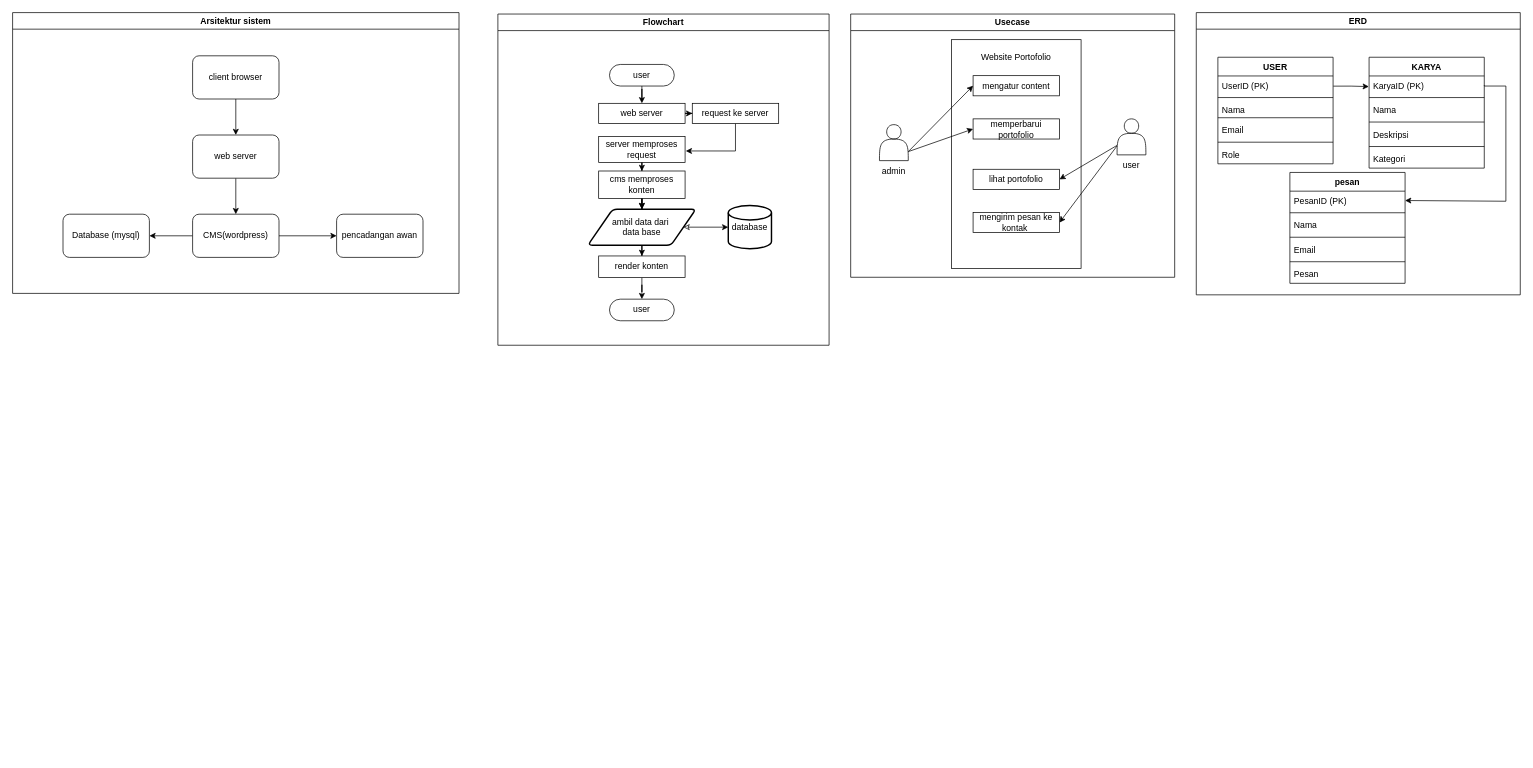
Before: Da2.drawio in faisalekasyahputra/faisalekasyahputra, a draw.io diagram. Source tidied: cells renumbered, new cells numbered last; positions are measured from the earlier drawing's top-left corner, leaving out a move shared by most shapes. Both pictures are drawn from the tidied source at 72%, with x=0, y=0 at pixel (12, 12).
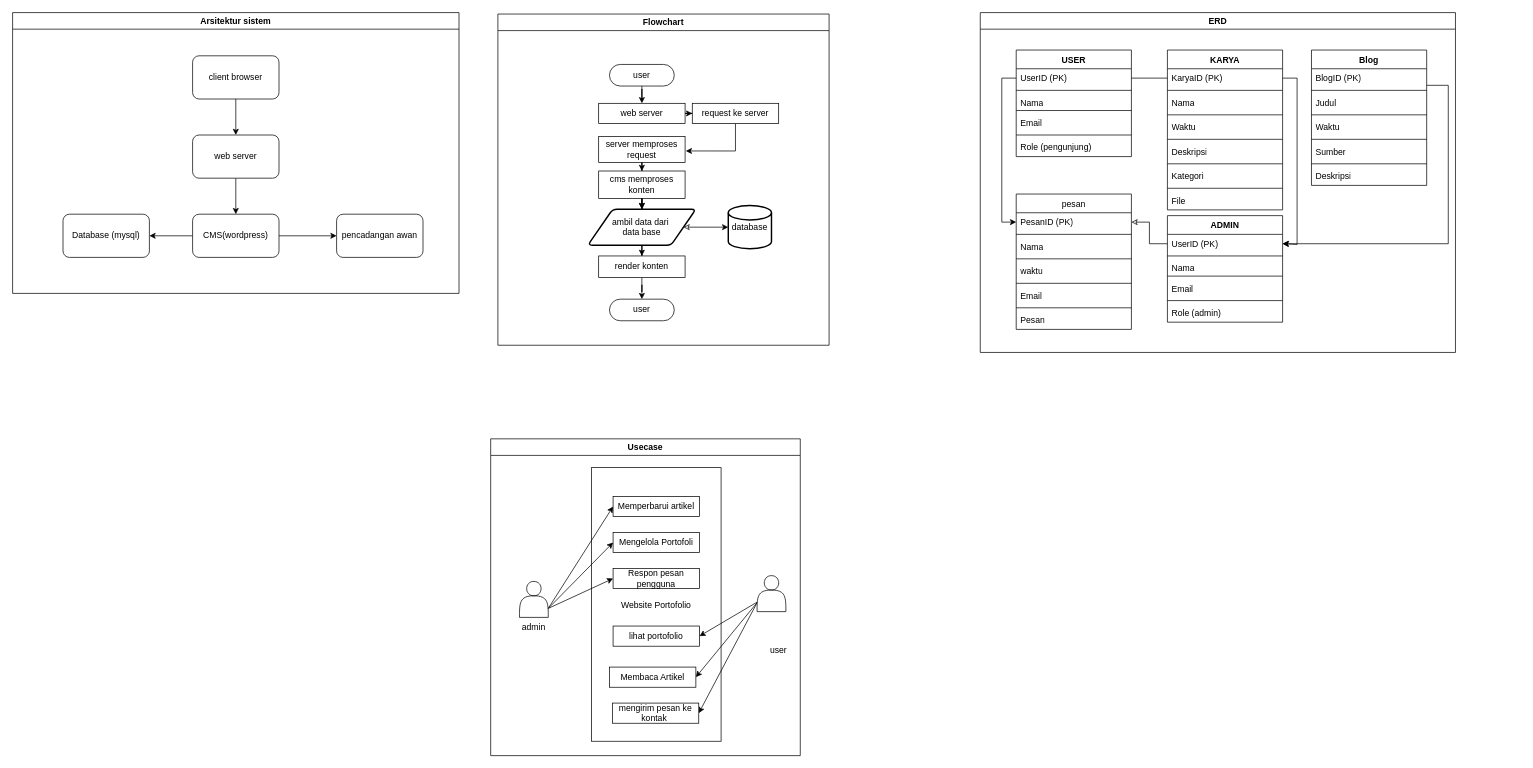
Above is the later version.

Unchanged cells that the change refers to:
```xml
<mxCell id="49" value="KaryaID (PK)" style="text;strokeColor=none;fillColor=none;align=left;verticalAlign=top;spacingLeft=4;spacingRight=4;overflow=hidden;points=[[0,0.5],[1,0.5]];portConstraint=eastwest;whiteSpace=wrap;html=1;" parent="48" vertex="1">
  <mxGeometry y="26" width="160" height="26" as="geometry" />
</mxCell>
<mxCell id="65" value="UserID (PK)" style="text;strokeColor=none;fillColor=none;align=left;verticalAlign=top;spacingLeft=4;spacingRight=4;overflow=hidden;points=[[0,0.5],[1,0.5]];portConstraint=eastwest;whiteSpace=wrap;html=1;" parent="64" vertex="1">
  <mxGeometry y="26" width="160" height="26" as="geometry" />
</mxCell>
```

Diff of the diagram source:
```diff
@@
     <mxCell id="31" value="Usecase" style="swimlane;whiteSpace=wrap;html=1;startSize=23;" parent="1" vertex="1">
-      <mxGeometry x="1164" y="2" width="450" height="365.6" as="geometry" />
+      <mxGeometry x="664" y="592" width="430" height="440" as="geometry" />
     </mxCell>
     <mxCell id="32" style="rounded=0;whiteSpace=wrap;html=1;fillColor=none;" parent="31" vertex="1">
-      <mxGeometry x="140" y="35.6" width="180" height="318" as="geometry" />
+      <mxGeometry x="140" y="40" width="180" height="380" as="geometry" />
     </mxCell>
-    <mxCell id="33" value="mengatur content" style="whiteSpace=wrap;html=1;rounded=1;arcSize=0;" parent="31" vertex="1">
-      <mxGeometry x="170" y="85.6" width="120" height="28" as="geometry" />
+    <mxCell id="33" value="Mengelola Portofoli" style="whiteSpace=wrap;html=1;rounded=1;arcSize=0;" parent="31" vertex="1">
+      <mxGeometry x="170" y="130" width="120" height="28" as="geometry" />
     </mxCell>
@@
     <mxCell id="36" style="shape=actor;whiteSpace=wrap;html=1;" parent="31" vertex="1">
-      <mxGeometry x="40" y="153.6" width="40" height="50" as="geometry" />
+      <mxGeometry x="40" y="198" width="40" height="50" as="geometry" />
     </mxCell>
@@
     <mxCell id="39" style="shape=actor;whiteSpace=wrap;html=1;" parent="31" vertex="1">
-      <mxGeometry x="370" y="145.6" width="40" height="50" as="geometry" />
+      <mxGeometry x="370" y="190" width="40" height="50" as="geometry" />
     </mxCell>
     <mxCell id="40" value="Website Portofolio" style="text;strokeColor=none;fillColor=none;spacingLeft=4;spacingRight=4;overflow=hidden;fontSize=12;whiteSpace=wrap;html=1;align=center;" parent="31" vertex="1">
-      <mxGeometry x="165" y="45.6" width="130" height="30" as="geometry" />
+      <mxGeometry x="165" y="218" width="130" height="30" as="geometry" />
     </mxCell>
-    <mxCell id="41" value="memperbarui portofolio" style="whiteSpace=wrap;html=1;rounded=1;arcSize=0;" parent="31" vertex="1">
-      <mxGeometry x="170" y="145.6" width="120" height="28" as="geometry" />
+    <mxCell id="41" value="Respon pesan pengguna" style="whiteSpace=wrap;html=1;rounded=1;arcSize=0;" parent="31" vertex="1">
+      <mxGeometry x="170" y="180" width="120" height="28" as="geometry" />
     </mxCell>
     <mxCell id="42" value="lihat portofolio" style="whiteSpace=wrap;html=1;rounded=1;arcSize=0;" parent="31" vertex="1">
-      <mxGeometry x="170" y="215.6" width="120" height="28" as="geometry" />
+      <mxGeometry x="170" y="260" width="120" height="28" as="geometry" />
     </mxCell>
     <mxCell id="43" value="mengirim pesan ke kontak&amp;nbsp;" style="whiteSpace=wrap;html=1;rounded=1;arcSize=0;" parent="31" vertex="1">
-      <mxGeometry x="170" y="275.6" width="120" height="28" as="geometry" />
+      <mxGeometry x="169" y="367" width="120" height="28" as="geometry" />
     </mxCell>
     <mxCell id="44" value="admin" style="text;strokeColor=none;fillColor=none;spacingLeft=4;spacingRight=4;overflow=hidden;fontSize=12;whiteSpace=wrap;html=1;align=center;" parent="31" vertex="1">
-      <mxGeometry x="20" y="203.6" width="80" height="30" as="geometry" />
+      <mxGeometry x="20" y="248" width="80" height="30" as="geometry" />
     </mxCell>
     <mxCell id="45" value="user" style="text;strokeColor=none;fillColor=none;spacingLeft=4;spacingRight=4;overflow=hidden;fontSize=12;whiteSpace=wrap;html=1;align=center;" parent="31" vertex="1">
-      <mxGeometry x="350" y="195.6" width="80" height="30" as="geometry" />
+      <mxGeometry x="360" y="280" width="80" height="30" as="geometry" />
     </mxCell>
+    <mxCell id="73" value="Membaca Artikel" style="whiteSpace=wrap;html=1;rounded=1;arcSize=0;" parent="31" vertex="1">
+      <mxGeometry x="165" y="317" width="120" height="28" as="geometry" />
+    </mxCell>
+    <mxCell id="74" value="Memperbarui artikel" style="whiteSpace=wrap;html=1;rounded=1;arcSize=0;" parent="31" vertex="1">
+      <mxGeometry x="170" y="80" width="120" height="28" as="geometry" />
+    </mxCell>
+    <mxCell id="75" style="rounded=0;jettySize=auto;html=1;entryX=0;entryY=0.5;entryDx=0;entryDy=0;exitX=1;exitY=0.75;exitDx=0;exitDy=0;" parent="31" edge="1" source="36" target="74">
+      <mxGeometry relative="1" as="geometry" />
+    </mxCell>
+    <mxCell id="76" style="rounded=0;jettySize=auto;html=1;entryX=1;entryY=0.5;entryDx=0;entryDy=0;exitX=0;exitY=0.75;exitDx=0;exitDy=0;" parent="31" edge="1" source="39" target="73">
+      <mxGeometry relative="1" as="geometry" />
+    </mxCell>
     <mxCell id="46" value="ERD" style="swimlane;whiteSpace=wrap;html=1;startSize=23;" parent="1" vertex="1">
-      <mxGeometry x="1644" width="450" height="392" as="geometry" />
+      <mxGeometry x="1344" width="660" height="472" as="geometry" />
     </mxCell>
-    <mxCell id="47" style="edgeStyle=orthogonalEdgeStyle;rounded=0;jettySize=auto;html=1;exitX=1;exitY=0.5;exitDx=0;exitDy=0;entryX=1;entryY=0.5;entryDx=0;entryDy=0;" parent="46" edge="1" source="49" target="57">
-      <mxGeometry relative="1" as="geometry">
-        <Array as="points">
-          <mxPoint x="430" y="102" />
-          <mxPoint x="430" y="262" />
-          <mxPoint x="290" y="262" />
-        </Array>
-      </mxGeometry>
-    </mxCell>
     <mxCell id="48" value="KARYA" style="swimlane;fontStyle=1;align=center;verticalAlign=top;horizontal=1;startSize=26;whiteSpace=wrap;html=1;" parent="46" vertex="1">
-      <mxGeometry x="240" y="62" width="160" height="154" as="geometry" />
+      <mxGeometry x="259.9" y="52" width="160" height="222" as="geometry" />
     </mxCell>
@@
+    <mxCell id="77" value="Waktu" style="text;strokeColor=none;fillColor=none;align=left;verticalAlign=top;spacingLeft=4;spacingRight=4;overflow=hidden;whiteSpace=wrap;html=1;" parent="48" vertex="1">
+      <mxGeometry y="94" width="160" height="26" as="geometry" />
+    </mxCell>
+    <mxCell id="78" style="line;strokeWidth=1;fillColor=none;align=left;verticalAlign=middle;spacingTop=-1;spacingLeft=3;spacingRight=3;labelPosition=right;strokeColor=inherit;" parent="48" vertex="1">
+      <mxGeometry y="120" width="160" height="8" as="geometry" />
+    </mxCell>
     <mxCell id="53" value="Deskripsi" style="text;strokeColor=none;fillColor=none;align=left;verticalAlign=top;spacingLeft=4;spacingRight=4;overflow=hidden;whiteSpace=wrap;html=1;" parent="48" vertex="1">
-      <mxGeometry y="94" width="160" height="26" as="geometry" />
+      <mxGeometry y="128" width="160" height="26" as="geometry" />
     </mxCell>
     <mxCell id="54" style="line;strokeWidth=1;fillColor=none;align=left;verticalAlign=middle;spacingTop=-1;spacingLeft=3;spacingRight=3;labelPosition=right;strokeColor=inherit;" parent="48" vertex="1">
-      <mxGeometry y="120" width="160" height="8" as="geometry" />
+      <mxGeometry y="154" width="160" height="8" as="geometry" />
     </mxCell>
     <mxCell id="55" value="Kategori" style="text;strokeColor=none;fillColor=none;align=left;verticalAlign=top;spacingLeft=4;spacingRight=4;overflow=hidden;whiteSpace=wrap;html=1;" parent="48" vertex="1">
-      <mxGeometry y="128" width="160" height="26" as="geometry" />
+      <mxGeometry y="162" width="160" height="26" as="geometry" />
     </mxCell>
+    <mxCell id="79" style="line;strokeWidth=1;fillColor=none;align=left;verticalAlign=middle;spacingTop=-1;spacingLeft=3;spacingRight=3;labelPosition=right;strokeColor=inherit;" parent="48" vertex="1">
+      <mxGeometry y="188" width="160" height="8" as="geometry" />
+    </mxCell>
+    <mxCell id="80" value="File" style="text;strokeColor=none;fillColor=none;align=left;verticalAlign=top;spacingLeft=4;spacingRight=4;overflow=hidden;whiteSpace=wrap;html=1;" parent="48" vertex="1">
+      <mxGeometry y="196" width="160" height="26" as="geometry" />
+    </mxCell>
-    <mxCell id="56" value="pesan" style="swimlane;fontStyle=1;align=center;verticalAlign=top;horizontal=1;startSize=26;whiteSpace=wrap;html=1;" parent="46" vertex="1">
-      <mxGeometry x="130" y="222" width="160" height="154" as="geometry" />
+    <mxCell id="56" value="Blog" style="swimlane;fontStyle=1;align=center;verticalAlign=top;horizontal=1;startSize=26;whiteSpace=wrap;html=1;" parent="46" vertex="1">
+      <mxGeometry x="460" y="52" width="160" height="188" as="geometry" />
     </mxCell>
-    <mxCell id="57" value="PesanID (PK)" style="text;strokeColor=none;fillColor=none;align=left;verticalAlign=top;spacingLeft=4;spacingRight=4;overflow=hidden;points=[[0,0.5],[1,0.5]];portConstraint=eastwest;whiteSpace=wrap;html=1;" parent="56" vertex="1">
+    <mxCell id="57" value="BlogID (PK)" style="text;strokeColor=none;fillColor=none;align=left;verticalAlign=top;spacingLeft=4;spacingRight=4;overflow=hidden;points=[[0,0.5],[1,0.5]];portConstraint=eastwest;whiteSpace=wrap;html=1;" parent="56" vertex="1">
       <mxGeometry y="26" width="160" height="26" as="geometry" />
     </mxCell>
@@
-    <mxCell id="59" value="Nama" style="text;strokeColor=none;fillColor=none;align=left;verticalAlign=top;spacingLeft=4;spacingRight=4;overflow=hidden;whiteSpace=wrap;html=1;" parent="56" vertex="1">
+    <mxCell id="59" value="Judul" style="text;strokeColor=none;fillColor=none;align=left;verticalAlign=top;spacingLeft=4;spacingRight=4;overflow=hidden;whiteSpace=wrap;html=1;" parent="56" vertex="1">
       <mxGeometry y="60" width="160" height="26" as="geometry" />
     </mxCell>
@@
+    <mxCell id="81" value="Waktu" style="text;strokeColor=none;fillColor=none;align=left;verticalAlign=top;spacingLeft=4;spacingRight=4;overflow=hidden;whiteSpace=wrap;html=1;" parent="56" vertex="1">
+      <mxGeometry y="94" width="160" height="26" as="geometry" />
+    </mxCell>
+    <mxCell id="82" style="line;strokeWidth=1;fillColor=none;align=left;verticalAlign=middle;spacingTop=-1;spacingLeft=3;spacingRight=3;labelPosition=right;strokeColor=inherit;" parent="56" vertex="1">
+      <mxGeometry y="120" width="160" height="8" as="geometry" />
+    </mxCell>
-    <mxCell id="61" value="Email" style="text;strokeColor=none;fillColor=none;align=left;verticalAlign=top;spacingLeft=4;spacingRight=4;overflow=hidden;whiteSpace=wrap;html=1;" parent="56" vertex="1">
-      <mxGeometry y="94" width="160" height="26" as="geometry" />
+    <mxCell id="61" value="Sumber" style="text;strokeColor=none;fillColor=none;align=left;verticalAlign=top;spacingLeft=4;spacingRight=4;overflow=hidden;whiteSpace=wrap;html=1;" parent="56" vertex="1">
+      <mxGeometry y="128" width="160" height="26" as="geometry" />
     </mxCell>
     <mxCell id="62" style="line;strokeWidth=1;fillColor=none;align=left;verticalAlign=middle;spacingTop=-1;spacingLeft=3;spacingRight=3;labelPosition=right;strokeColor=inherit;" parent="56" vertex="1">
-      <mxGeometry y="120" width="160" height="8" as="geometry" />
+      <mxGeometry y="154" width="160" height="8" as="geometry" />
     </mxCell>
-    <mxCell id="63" value="Pesan" style="text;strokeColor=none;fillColor=none;align=left;verticalAlign=top;spacingLeft=4;spacingRight=4;overflow=hidden;whiteSpace=wrap;html=1;" parent="56" vertex="1">
-      <mxGeometry y="128" width="160" height="26" as="geometry" />
-    </mxCell>
+    <mxCell id="83" value="Deskripsi" style="text;strokeColor=none;fillColor=none;align=left;verticalAlign=top;spacingLeft=4;spacingRight=4;overflow=hidden;whiteSpace=wrap;html=1;" parent="56" vertex="1">
+      <mxGeometry y="162" width="160" height="26" as="geometry" />
+    </mxCell>
     <mxCell id="64" value="USER" style="swimlane;fontStyle=1;align=center;verticalAlign=top;horizontal=1;startSize=26;whiteSpace=wrap;html=1;" parent="46" vertex="1">
-      <mxGeometry x="30" y="62" width="160" height="148" as="geometry" />
+      <mxGeometry x="49.9" y="52" width="160" height="148" as="geometry" />
     </mxCell>
@@
-    <mxCell id="71" value="Role" style="text;strokeColor=none;fillColor=none;align=left;verticalAlign=top;spacingLeft=4;spacingRight=4;overflow=hidden;whiteSpace=wrap;html=1;" parent="64" vertex="1">
+    <mxCell id="71" value="Role (pengunjung)" style="text;strokeColor=none;fillColor=none;align=left;verticalAlign=top;spacingLeft=4;spacingRight=4;overflow=hidden;whiteSpace=wrap;html=1;" parent="64" vertex="1">
       <mxGeometry y="122" width="160" height="26" as="geometry" />
     </mxCell>
+    <mxCell id="84" value="pesan" style="swimlane;fontStyle=0;align=center;verticalAlign=top;horizontal=1;startSize=26;whiteSpace=wrap;html=1;" parent="46" vertex="1">
+      <mxGeometry x="49.9" y="252" width="160" height="188" as="geometry" />
+    </mxCell>
+    <mxCell id="85" value="PesanID (PK)" style="text;strokeColor=none;fillColor=none;align=left;verticalAlign=top;spacingLeft=4;spacingRight=4;overflow=hidden;points=[[0,0.5],[1,0.5]];portConstraint=eastwest;whiteSpace=wrap;html=1;" parent="84" vertex="1">
+      <mxGeometry y="26" width="160" height="26" as="geometry" />
+    </mxCell>
+    <mxCell id="86" style="line;strokeWidth=1;fillColor=none;align=left;verticalAlign=middle;spacingTop=-1;spacingLeft=3;spacingRight=3;labelPosition=right;strokeColor=inherit;" parent="84" vertex="1">
+      <mxGeometry y="52" width="160" height="8" as="geometry" />
+    </mxCell>
+    <mxCell id="87" value="Nama" style="text;strokeColor=none;fillColor=none;align=left;verticalAlign=top;spacingLeft=4;spacingRight=4;overflow=hidden;whiteSpace=wrap;html=1;" parent="84" vertex="1">
+      <mxGeometry y="60" width="160" height="26" as="geometry" />
+    </mxCell>
+    <mxCell id="88" style="line;strokeWidth=1;fillColor=none;align=left;verticalAlign=middle;spacingTop=-1;spacingLeft=3;spacingRight=3;labelPosition=right;strokeColor=inherit;" parent="84" vertex="1">
+      <mxGeometry y="86" width="160" height="8" as="geometry" />
+    </mxCell>
+    <mxCell id="89" value="waktu" style="text;strokeColor=none;fillColor=none;align=left;verticalAlign=top;spacingLeft=4;spacingRight=4;overflow=hidden;whiteSpace=wrap;html=1;" parent="84" vertex="1">
+      <mxGeometry y="94" width="160" height="26" as="geometry" />
+    </mxCell>
+    <mxCell id="90" style="line;strokeWidth=1;fillColor=none;align=left;verticalAlign=middle;spacingTop=-1;spacingLeft=3;spacingRight=3;labelPosition=right;strokeColor=inherit;" parent="84" vertex="1">
+      <mxGeometry y="120" width="160" height="8" as="geometry" />
+    </mxCell>
+    <mxCell id="91" value="Email" style="text;strokeColor=none;fillColor=none;align=left;verticalAlign=top;spacingLeft=4;spacingRight=4;overflow=hidden;whiteSpace=wrap;html=1;" parent="84" vertex="1">
+      <mxGeometry y="128" width="160" height="26" as="geometry" />
+    </mxCell>
+    <mxCell id="92" style="line;strokeWidth=1;fillColor=none;align=left;verticalAlign=middle;spacingTop=-1;spacingLeft=3;spacingRight=3;labelPosition=right;strokeColor=inherit;" parent="84" vertex="1">
+      <mxGeometry y="154" width="160" height="8" as="geometry" />
+    </mxCell>
+    <mxCell id="63" value="Pesan" style="text;strokeColor=none;fillColor=none;align=left;verticalAlign=top;spacingLeft=4;spacingRight=4;overflow=hidden;whiteSpace=wrap;html=1;" parent="84" vertex="1">
+      <mxGeometry y="162" width="160" height="26" as="geometry" />
+    </mxCell>
+    <mxCell id="93" value="ADMIN" style="swimlane;fontStyle=1;align=center;verticalAlign=top;horizontal=1;startSize=26;whiteSpace=wrap;html=1;" parent="46" vertex="1">
+      <mxGeometry x="259.9" y="282" width="160" height="148" as="geometry" />
+    </mxCell>
+    <mxCell id="94" value="UserID (PK)" style="text;strokeColor=none;fillColor=none;align=left;verticalAlign=top;spacingLeft=4;spacingRight=4;overflow=hidden;points=[[0,0.5],[1,0.5]];portConstraint=eastwest;whiteSpace=wrap;html=1;" parent="93" vertex="1">
+      <mxGeometry y="26" width="160" height="26" as="geometry" />
+    </mxCell>
+    <mxCell id="95" style="line;strokeWidth=1;fillColor=none;align=left;verticalAlign=middle;spacingTop=-1;spacingLeft=3;spacingRight=3;labelPosition=right;strokeColor=inherit;" parent="93" vertex="1">
+      <mxGeometry y="52" width="160" height="8" as="geometry" />
+    </mxCell>
+    <mxCell id="96" value="Nama" style="text;strokeColor=none;fillColor=none;align=left;verticalAlign=top;spacingLeft=4;spacingRight=4;overflow=hidden;whiteSpace=wrap;html=1;" parent="93" vertex="1">
+      <mxGeometry y="60" width="160" height="20" as="geometry" />
+    </mxCell>
+    <mxCell id="97" style="line;strokeWidth=1;fillColor=none;align=left;verticalAlign=middle;spacingTop=-1;spacingLeft=3;spacingRight=3;labelPosition=right;strokeColor=inherit;" parent="93" vertex="1">
+      <mxGeometry y="80" width="160" height="8" as="geometry" />
+    </mxCell>
+    <mxCell id="98" value="Email" style="text;strokeColor=none;fillColor=none;align=left;verticalAlign=top;spacingLeft=4;spacingRight=4;overflow=hidden;whiteSpace=wrap;html=1;" parent="93" vertex="1">
+      <mxGeometry y="88" width="160" height="26" as="geometry" />
+    </mxCell>
+    <mxCell id="99" style="line;strokeWidth=1;fillColor=none;align=left;verticalAlign=middle;spacingTop=-1;spacingLeft=3;spacingRight=3;labelPosition=right;strokeColor=inherit;" parent="93" vertex="1">
+      <mxGeometry y="114" width="160" height="8" as="geometry" />
+    </mxCell>
+    <mxCell id="100" value="Role (admin)" style="text;strokeColor=none;fillColor=none;align=left;verticalAlign=top;spacingLeft=4;spacingRight=4;overflow=hidden;whiteSpace=wrap;html=1;" parent="93" vertex="1">
+      <mxGeometry y="122" width="160" height="26" as="geometry" />
+    </mxCell>
+    <mxCell id="101" style="edgeStyle=orthogonalEdgeStyle;rounded=0;jettySize=auto;html=1;entryX=0;entryY=0.5;entryDx=0;entryDy=0;startArrow=classic;startFill=0;endArrow=none;endFill=0;" parent="46" edge="1" source="85" target="94">
+      <mxGeometry relative="1" as="geometry" />
+    </mxCell>
+    <mxCell id="102" style="edgeStyle=orthogonalEdgeStyle;rounded=0;jettySize=auto;html=1;entryX=0;entryY=0.5;entryDx=0;entryDy=0;" parent="46" edge="1" source="65" target="85">
+      <mxGeometry relative="1" as="geometry" />
+    </mxCell>
+    <mxCell id="103" style="edgeStyle=orthogonalEdgeStyle;rounded=0;jettySize=auto;html=1;entryX=1;entryY=0.5;entryDx=0;entryDy=0;" parent="46" edge="1" source="57" target="94">
+      <mxGeometry relative="1" as="geometry">
+        <Array as="points">
+          <mxPoint x="650" y="101" />
+          <mxPoint x="650" y="321" />
+        </Array>
+      </mxGeometry>
+    </mxCell>
+    <mxCell id="104" style="edgeStyle=orthogonalEdgeStyle;rounded=0;jettySize=auto;html=1;exitX=1;exitY=0.5;exitDx=0;exitDy=0;entryX=1;entryY=0.5;entryDx=0;entryDy=0;" parent="46" edge="1" source="49" target="94">
+      <mxGeometry relative="1" as="geometry">
+        <Array as="points">
+          <mxPoint x="440" y="91" />
+          <mxPoint x="440" y="322" />
+          <mxPoint x="420" y="322" />
+        </Array>
+      </mxGeometry>
+    </mxCell>
-    <mxCell id="72" style="edgeStyle=orthogonalEdgeStyle;rounded=0;jettySize=auto;html=1;entryX=-0.002;entryY=0.568;entryDx=0;entryDy=0;entryPerimeter=0;exitX=1.002;exitY=0.544;exitDx=0;exitDy=0;exitPerimeter=0;" parent="46" edge="1" source="65" target="49">
+    <mxCell id="72" style="edgeStyle=orthogonalEdgeStyle;rounded=0;jettySize=auto;html=1;entryX=0;entryY=0.5;entryDx=0;entryDy=0;endArrow=none;endFill=0;" parent="46" edge="1" source="65" target="49">
       <mxGeometry relative="1" as="geometry" />
     </mxCell>
```
